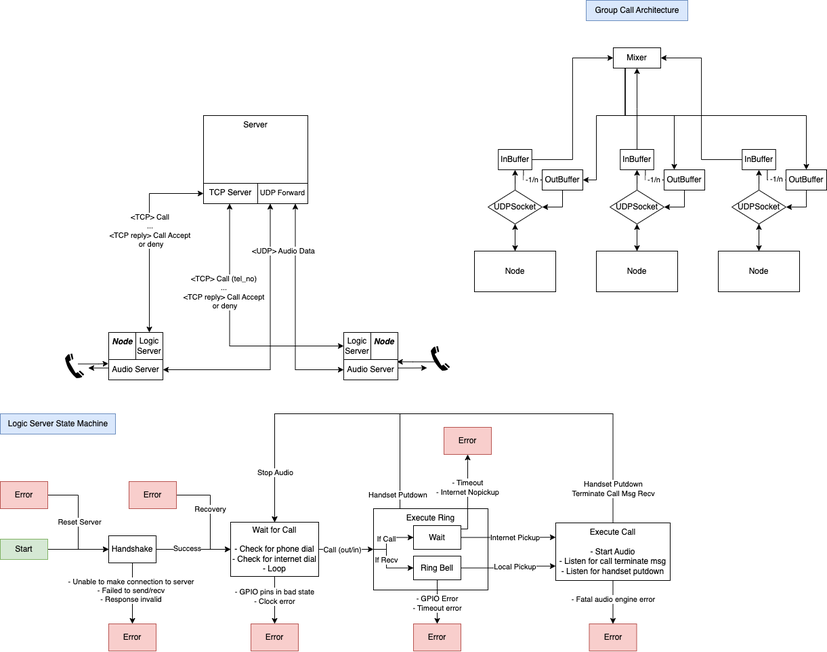
Earlier version of the draw.io export intercomNetwork.png (Riley-horrix/intercom). Source tidied: cells renumbered, new cells last; positions are measured from the earlier drawing's top-left corner, leaving out a move shared by most shapes.
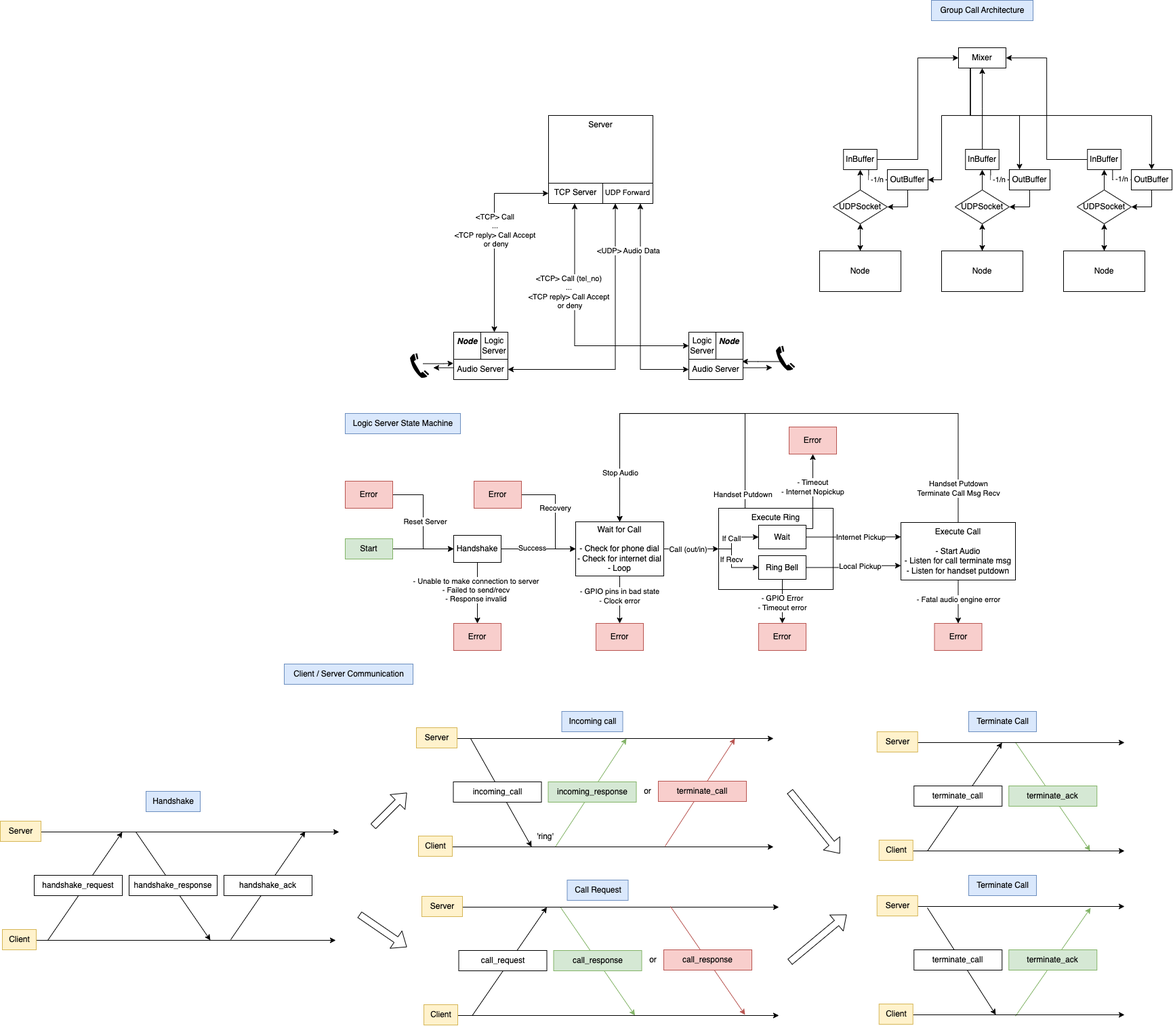
After the change.

The edit, as a diff of the source:
```diff
@@ -2,6 +2,24 @@
   <root>
     <mxCell id="0" />
     <mxCell id="1" parent="0" />
+    <mxCell id="109" style="endArrow=classic;html=1;rounded=0;" parent="1" edge="1">
+      <mxGeometry relative="1" as="geometry">
+        <mxPoint x="-439" y="1388" as="sourcePoint" />
+        <mxPoint x="-329" y="1228" as="targetPoint" />
+      </mxGeometry>
+    </mxCell>
+    <mxCell id="110" style="endArrow=classic;html=1;rounded=0;" parent="1" edge="1">
+      <mxGeometry relative="1" as="geometry">
+        <mxPoint x="-169" y="1387" as="sourcePoint" />
+        <mxPoint x="-59" y="1227" as="targetPoint" />
+      </mxGeometry>
+    </mxCell>
+    <mxCell id="111" style="endArrow=classic;html=1;rounded=0;" parent="1" edge="1">
+      <mxGeometry relative="1" as="geometry">
+        <mxPoint x="-309" y="1228" as="sourcePoint" />
+        <mxPoint x="-199" y="1388" as="targetPoint" />
+      </mxGeometry>
+    </mxCell>
     <mxCell id="2" style="edgeStyle=orthogonalEdgeStyle;rounded=0;jettySize=auto;html=1;exitX=0.25;exitY=1;exitDx=0;exitDy=0;entryX=1;entryY=0.5;entryDx=0;entryDy=0;startArrow=classic;startFill=1;" parent="1" edge="1" source="23" target="21">
       <mxGeometry relative="1" as="geometry" />
     </mxCell>
@@ -415,5 +433,248 @@
     <mxCell id="108" value="OutBuffer" style="rounded=0;whiteSpace=wrap;html=1;" parent="1" vertex="1">
       <mxGeometry x="1160" y="250" width="60" height="30" as="geometry" />
     </mxCell>
+    <mxCell id="112" value="Client / Server Communication" style="text;html=1;align=center;verticalAlign=middle;strokeColor=#6c8ebf;fillColor=#dae8fc;" parent="1" vertex="1">
+      <mxGeometry x="-90" y="980" width="190" height="30" as="geometry" />
+    </mxCell>
+    <mxCell id="113" value="handshake_request" style="rounded=0;whiteSpace=wrap;html=1;" parent="1" vertex="1">
+      <mxGeometry x="-459" y="1292" width="130" height="30" as="geometry" />
+    </mxCell>
+    <mxCell id="114" value="handshake_response" style="rounded=0;whiteSpace=wrap;html=1;" parent="1" vertex="1">
+      <mxGeometry x="-319" y="1292" width="130" height="30" as="geometry" />
+    </mxCell>
+    <mxCell id="115" style="endArrow=classic;html=1;rounded=0;" parent="1" edge="1">
+      <mxGeometry relative="1" as="geometry">
+        <mxPoint x="-489" y="1228" as="sourcePoint" />
+        <mxPoint x="-9" y="1228" as="targetPoint" />
+      </mxGeometry>
+    </mxCell>
+    <mxCell id="116" value="handshake_ack" style="rounded=0;whiteSpace=wrap;html=1;" parent="1" vertex="1">
+      <mxGeometry x="-179" y="1292" width="130" height="30" as="geometry" />
+    </mxCell>
+    <mxCell id="117" style="endArrow=classic;html=1;rounded=0;" parent="1" edge="1">
+      <mxGeometry relative="1" as="geometry">
+        <mxPoint x="-494" y="1388" as="sourcePoint" />
+        <mxPoint x="-14" y="1388" as="targetPoint" />
+      </mxGeometry>
+    </mxCell>
+    <mxCell id="118" value="Handshake" style="text;html=1;align=center;verticalAlign=middle;strokeColor=#6c8ebf;fillColor=#dae8fc;" parent="1" vertex="1">
+      <mxGeometry x="-294" y="1168" width="80" height="30" as="geometry" />
+    </mxCell>
+    <mxCell id="119" style="endArrow=classic;html=1;rounded=0;" parent="1" edge="1">
+      <mxGeometry relative="1" as="geometry">
+        <mxPoint x="187.5" y="1499" as="sourcePoint" />
+        <mxPoint x="297.5" y="1339" as="targetPoint" />
+      </mxGeometry>
+    </mxCell>
+    <mxCell id="120" style="endArrow=classic;html=1;rounded=0;fillColor=#d5e8d4;strokeColor=#82b366;" parent="1" edge="1">
+      <mxGeometry relative="1" as="geometry">
+        <mxPoint x="317.5" y="1339" as="sourcePoint" />
+        <mxPoint x="427.5" y="1499" as="targetPoint" />
+      </mxGeometry>
+    </mxCell>
+    <mxCell id="121" value="call_request" style="rounded=0;whiteSpace=wrap;html=1;" parent="1" vertex="1">
+      <mxGeometry x="167.5" y="1403" width="130" height="30" as="geometry" />
+    </mxCell>
+    <mxCell id="122" value="call_response" style="rounded=0;whiteSpace=wrap;html=1;fillColor=#d5e8d4;strokeColor=#82b366;" parent="1" vertex="1">
+      <mxGeometry x="307.5" y="1403" width="130" height="30" as="geometry" />
+    </mxCell>
+    <mxCell id="123" style="endArrow=classic;html=1;rounded=0;" parent="1" edge="1">
+      <mxGeometry relative="1" as="geometry">
+        <mxPoint x="137.5" y="1339" as="sourcePoint" />
+        <mxPoint x="640" y="1339" as="targetPoint" />
+      </mxGeometry>
+    </mxCell>
+    <mxCell id="124" style="endArrow=classic;html=1;rounded=0;" parent="1" edge="1">
+      <mxGeometry relative="1" as="geometry">
+        <mxPoint x="132.5" y="1499" as="sourcePoint" />
+        <mxPoint x="640" y="1499" as="targetPoint" />
+      </mxGeometry>
+    </mxCell>
+    <mxCell id="125" value="Call Request" style="text;html=1;align=center;verticalAlign=middle;strokeColor=#6c8ebf;fillColor=#dae8fc;" parent="1" vertex="1">
+      <mxGeometry x="327.5" y="1299" width="90" height="30" as="geometry" />
+    </mxCell>
+    <mxCell id="126" value="Server" style="text;html=1;align=center;verticalAlign=middle;strokeColor=#d6b656;fillColor=#fff2cc;" parent="1" vertex="1">
+      <mxGeometry x="-509" y="1212" width="60" height="30" as="geometry" />
+    </mxCell>
+    <mxCell id="127" value="Client" style="text;html=1;align=center;verticalAlign=middle;strokeColor=#d6b656;fillColor=#fff2cc;" parent="1" vertex="1">
+      <mxGeometry x="-506" y="1372" width="50" height="30" as="geometry" />
+    </mxCell>
+    <mxCell id="128" value="Server" style="text;html=1;align=center;verticalAlign=middle;strokeColor=#d6b656;fillColor=#fff2cc;" parent="1" vertex="1">
+      <mxGeometry x="113" y="1323" width="60" height="30" as="geometry" />
+    </mxCell>
+    <mxCell id="129" value="Client" style="text;html=1;align=center;verticalAlign=middle;strokeColor=#d6b656;fillColor=#fff2cc;" parent="1" vertex="1">
+      <mxGeometry x="116" y="1483" width="50" height="30" as="geometry" />
+    </mxCell>
+    <mxCell id="130" style="endArrow=classic;html=1;rounded=0;fillColor=#f8cecc;strokeColor=#b85450;" parent="1" edge="1">
+      <mxGeometry relative="1" as="geometry">
+        <mxPoint x="480" y="1338" as="sourcePoint" />
+        <mxPoint x="590" y="1498" as="targetPoint" />
+      </mxGeometry>
+    </mxCell>
+    <mxCell id="131" value="call_response" style="rounded=0;whiteSpace=wrap;html=1;fillColor=#f8cecc;strokeColor=#b85450;" parent="1" vertex="1">
+      <mxGeometry x="470" y="1402" width="130" height="30" as="geometry" />
+    </mxCell>
+    <mxCell id="132" value="or" style="text;html=1;align=center;verticalAlign=middle;strokeColor=none;fillColor=none;" parent="1" vertex="1">
+      <mxGeometry x="439" y="1402" width="30" height="30" as="geometry" />
+    </mxCell>
+    <mxCell id="133" style="endArrow=classic;html=1;rounded=0;" parent="1" edge="1">
+      <mxGeometry relative="1" as="geometry">
+        <mxPoint x="185" y="1090" as="sourcePoint" />
+        <mxPoint x="275" y="1250" as="targetPoint" />
+      </mxGeometry>
+    </mxCell>
+    <mxCell id="134" style="endArrow=classic;html=1;rounded=0;fillColor=#d5e8d4;strokeColor=#82b366;" parent="1" edge="1">
+      <mxGeometry relative="1" as="geometry">
+        <mxPoint x="310" y="1250" as="sourcePoint" />
+        <mxPoint x="415" y="1090" as="targetPoint" />
+      </mxGeometry>
+    </mxCell>
+    <mxCell id="135" value="Text" style="edgeLabel;html=1;align=center;verticalAlign=middle;" parent="134" vertex="1">
+      <mxGeometry x="-0.01" y="1" relative="1" as="geometry" />
+    </mxCell>
+    <mxCell id="136" value="incoming_call" style="rounded=0;whiteSpace=wrap;html=1;" parent="1" vertex="1">
+      <mxGeometry x="159.5" y="1154" width="130" height="30" as="geometry" />
+    </mxCell>
+    <mxCell id="137" value="incoming_response" style="rounded=0;whiteSpace=wrap;html=1;fillColor=#d5e8d4;strokeColor=#82b366;" parent="1" vertex="1">
+      <mxGeometry x="299.5" y="1154" width="130" height="30" as="geometry" />
+    </mxCell>
+    <mxCell id="138" style="endArrow=classic;html=1;rounded=0;" parent="1" edge="1">
+      <mxGeometry relative="1" as="geometry">
+        <mxPoint x="129.5" y="1090" as="sourcePoint" />
+        <mxPoint x="632" y="1090" as="targetPoint" />
+      </mxGeometry>
+    </mxCell>
+    <mxCell id="139" style="endArrow=classic;html=1;rounded=0;" parent="1" edge="1">
+      <mxGeometry relative="1" as="geometry">
+        <mxPoint x="124.5" y="1250" as="sourcePoint" />
+        <mxPoint x="632" y="1250" as="targetPoint" />
+      </mxGeometry>
+    </mxCell>
+    <mxCell id="140" value="Incoming call" style="text;html=1;align=center;verticalAlign=middle;strokeColor=#6c8ebf;fillColor=#dae8fc;" parent="1" vertex="1">
+      <mxGeometry x="319.5" y="1050" width="90" height="30" as="geometry" />
+    </mxCell>
+    <mxCell id="141" value="Server" style="text;html=1;align=center;verticalAlign=middle;strokeColor=#d6b656;fillColor=#fff2cc;" parent="1" vertex="1">
+      <mxGeometry x="105" y="1074" width="60" height="30" as="geometry" />
+    </mxCell>
+    <mxCell id="142" value="Client" style="text;html=1;align=center;verticalAlign=middle;strokeColor=#d6b656;fillColor=#fff2cc;" parent="1" vertex="1">
+      <mxGeometry x="108" y="1234" width="50" height="30" as="geometry" />
+    </mxCell>
+    <mxCell id="143" style="endArrow=classic;html=1;rounded=0;fillColor=#f8cecc;strokeColor=#b85450;" parent="1" edge="1">
+      <mxGeometry relative="1" as="geometry">
+        <mxPoint x="472" y="1249" as="sourcePoint" />
+        <mxPoint x="575" y="1090" as="targetPoint" />
+      </mxGeometry>
+    </mxCell>
+    <mxCell id="144" value="terminate_call" style="rounded=0;whiteSpace=wrap;html=1;fillColor=#f8cecc;strokeColor=#b85450;" parent="1" vertex="1">
+      <mxGeometry x="462" y="1153" width="130" height="30" as="geometry" />
+    </mxCell>
+    <mxCell id="145" value="or" style="text;html=1;align=center;verticalAlign=middle;strokeColor=none;fillColor=none;" parent="1" vertex="1">
+      <mxGeometry x="431" y="1153" width="30" height="30" as="geometry" />
+    </mxCell>
+    <mxCell id="146" style="shape=flexArrow;endArrow=classic;html=1;rounded=0;" parent="1" edge="1">
+      <mxGeometry relative="1" as="geometry">
+        <mxPoint x="41" y="1220" as="sourcePoint" />
+        <mxPoint x="91" y="1170" as="targetPoint" />
+      </mxGeometry>
+    </mxCell>
+    <mxCell id="147" style="shape=flexArrow;endArrow=classic;html=1;rounded=0;" parent="1" edge="1">
+      <mxGeometry relative="1" as="geometry">
+        <mxPoint x="21" y="1350" as="sourcePoint" />
+        <mxPoint x="91" y="1398" as="targetPoint" />
+      </mxGeometry>
+    </mxCell>
+    <mxCell id="148" value="'ring'" style="text;html=1;align=center;verticalAlign=middle;strokeColor=none;fillColor=none;" parent="1" vertex="1">
+      <mxGeometry x="269.5" y="1220" width="50" height="30" as="geometry" />
+    </mxCell>
+    <mxCell id="149" style="shape=flexArrow;endArrow=classic;html=1;rounded=0;" parent="1" edge="1">
+      <mxGeometry relative="1" as="geometry">
+        <mxPoint x="656" y="1168" as="sourcePoint" />
+        <mxPoint x="730" y="1260" as="targetPoint" />
+      </mxGeometry>
+    </mxCell>
+    <mxCell id="150" style="shape=flexArrow;endArrow=classic;html=1;rounded=0;" parent="1" edge="1">
+      <mxGeometry relative="1" as="geometry">
+        <mxPoint x="656" y="1420" as="sourcePoint" />
+        <mxPoint x="740" y="1350" as="targetPoint" />
+      </mxGeometry>
+    </mxCell>
+    <mxCell id="151" style="endArrow=classic;html=1;rounded=0;" parent="1" edge="1">
+      <mxGeometry relative="1" as="geometry">
+        <mxPoint x="859.2" y="1256" as="sourcePoint" />
+        <mxPoint x="969.2" y="1096" as="targetPoint" />
+      </mxGeometry>
+    </mxCell>
+    <mxCell id="152" style="endArrow=classic;html=1;rounded=0;fillColor=#d5e8d4;strokeColor=#82b366;" parent="1" edge="1">
+      <mxGeometry relative="1" as="geometry">
+        <mxPoint x="989.2" y="1096" as="sourcePoint" />
+        <mxPoint x="1099.2" y="1256" as="targetPoint" />
+      </mxGeometry>
+    </mxCell>
+    <mxCell id="153" value="terminate_call" style="rounded=0;whiteSpace=wrap;html=1;" parent="1" vertex="1">
+      <mxGeometry x="839.2" y="1160" width="130" height="30" as="geometry" />
+    </mxCell>
+    <mxCell id="154" value="terminate_ack" style="rounded=0;whiteSpace=wrap;html=1;fillColor=#d5e8d4;strokeColor=#82b366;" parent="1" vertex="1">
+      <mxGeometry x="979.2" y="1160" width="130" height="30" as="geometry" />
+    </mxCell>
+    <mxCell id="155" style="endArrow=classic;html=1;rounded=0;" parent="1" edge="1">
+      <mxGeometry relative="1" as="geometry">
+        <mxPoint x="809.2" y="1096" as="sourcePoint" />
+        <mxPoint x="1150" y="1096" as="targetPoint" />
+      </mxGeometry>
+    </mxCell>
+    <mxCell id="156" style="endArrow=classic;html=1;rounded=0;" parent="1" edge="1">
+      <mxGeometry relative="1" as="geometry">
+        <mxPoint x="804.2" y="1256" as="sourcePoint" />
+        <mxPoint x="1150" y="1256" as="targetPoint" />
+      </mxGeometry>
+    </mxCell>
+    <mxCell id="157" value="Terminate Call" style="text;html=1;align=center;verticalAlign=middle;strokeColor=#6c8ebf;fillColor=#dae8fc;" parent="1" vertex="1">
+      <mxGeometry x="920" y="1050" width="100" height="30" as="geometry" />
+    </mxCell>
+    <mxCell id="158" value="Server" style="text;html=1;align=center;verticalAlign=middle;strokeColor=#d6b656;fillColor=#fff2cc;" parent="1" vertex="1">
+      <mxGeometry x="784.8" y="1080" width="60" height="30" as="geometry" />
+    </mxCell>
+    <mxCell id="159" value="Client" style="text;html=1;align=center;verticalAlign=middle;strokeColor=#d6b656;fillColor=#fff2cc;" parent="1" vertex="1">
+      <mxGeometry x="787.8" y="1240" width="50" height="30" as="geometry" />
+    </mxCell>
+    <mxCell id="160" style="endArrow=classic;html=1;rounded=0;" parent="1" edge="1">
+      <mxGeometry relative="1" as="geometry">
+        <mxPoint x="859" y="1340" as="sourcePoint" />
+        <mxPoint x="960" y="1498" as="targetPoint" />
+      </mxGeometry>
+    </mxCell>
+    <mxCell id="161" style="endArrow=classic;html=1;rounded=0;fillColor=#d5e8d4;strokeColor=#82b366;" parent="1" edge="1">
+      <mxGeometry relative="1" as="geometry">
+        <mxPoint x="989" y="1500" as="sourcePoint" />
+        <mxPoint x="1100" y="1340" as="targetPoint" />
+      </mxGeometry>
+    </mxCell>
+    <mxCell id="162" value="terminate_call" style="rounded=0;whiteSpace=wrap;html=1;" parent="1" vertex="1">
+      <mxGeometry x="839.2" y="1402" width="130" height="30" as="geometry" />
+    </mxCell>
+    <mxCell id="163" value="terminate_ack" style="rounded=0;whiteSpace=wrap;html=1;fillColor=#d5e8d4;strokeColor=#82b366;" parent="1" vertex="1">
+      <mxGeometry x="979.2" y="1402" width="130" height="30" as="geometry" />
+    </mxCell>
+    <mxCell id="164" style="endArrow=classic;html=1;rounded=0;" parent="1" edge="1">
+      <mxGeometry relative="1" as="geometry">
+        <mxPoint x="809.2" y="1338" as="sourcePoint" />
+        <mxPoint x="1150" y="1338" as="targetPoint" />
+      </mxGeometry>
+    </mxCell>
+    <mxCell id="165" style="endArrow=classic;html=1;rounded=0;" parent="1" edge="1">
+      <mxGeometry relative="1" as="geometry">
+        <mxPoint x="804.2" y="1498" as="sourcePoint" />
+        <mxPoint x="1150" y="1498" as="targetPoint" />
+      </mxGeometry>
+    </mxCell>
+    <mxCell id="166" value="Terminate Call" style="text;html=1;align=center;verticalAlign=middle;strokeColor=#6c8ebf;fillColor=#dae8fc;" parent="1" vertex="1">
+      <mxGeometry x="920" y="1292" width="100" height="30" as="geometry" />
+    </mxCell>
+    <mxCell id="167" value="Server" style="text;html=1;align=center;verticalAlign=middle;strokeColor=#d6b656;fillColor=#fff2cc;" parent="1" vertex="1">
+      <mxGeometry x="784.8" y="1322" width="60" height="30" as="geometry" />
+    </mxCell>
+    <mxCell id="168" value="Client" style="text;html=1;align=center;verticalAlign=middle;strokeColor=#d6b656;fillColor=#fff2cc;" parent="1" vertex="1">
+      <mxGeometry x="787.8" y="1482" width="50" height="30" as="geometry" />
+    </mxCell>
   </root>
 </mxGraphModel>
```
